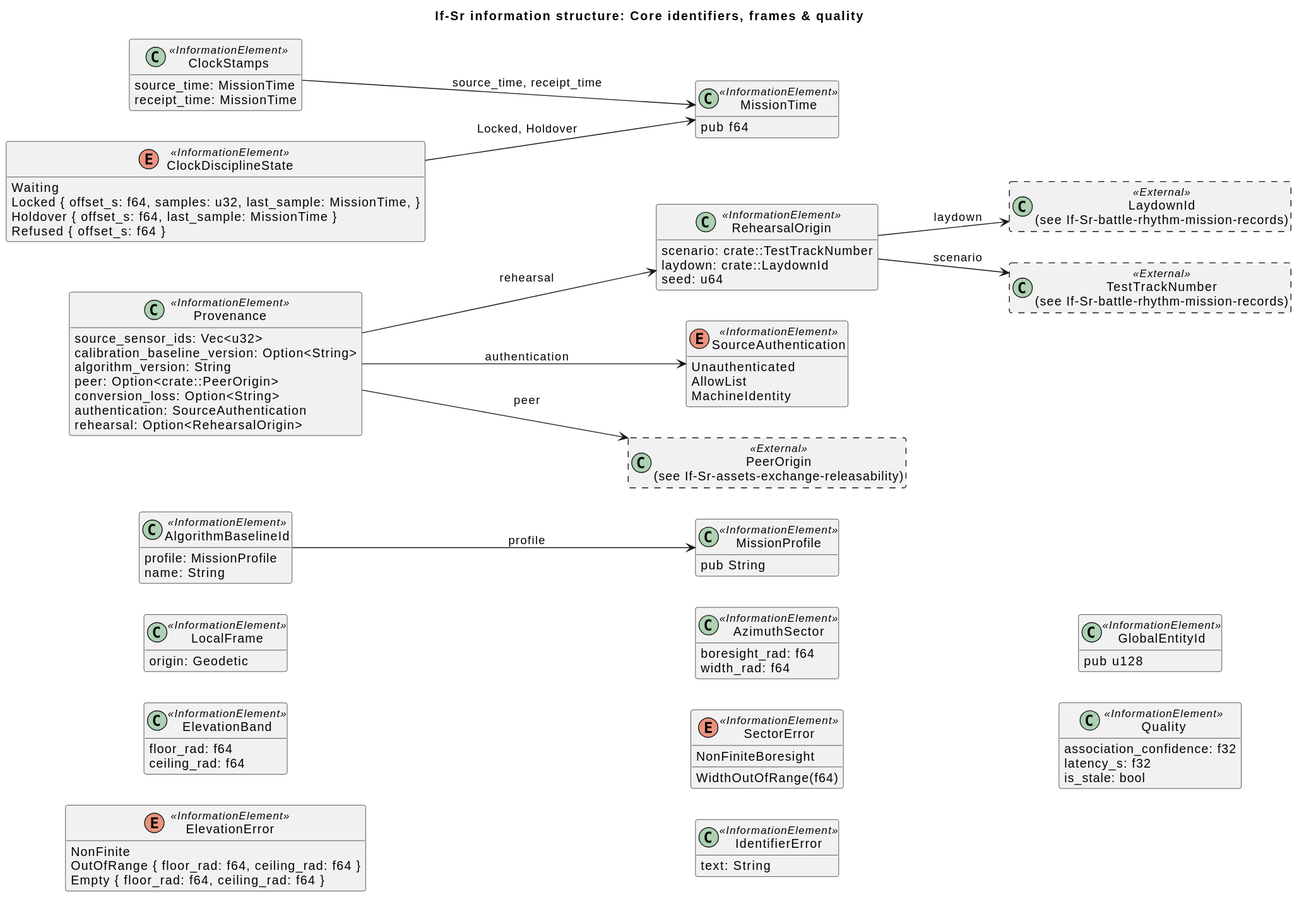
Before: docs/architecture/uaf/rendered/information/If-Sr-core-identifiers-frames-quality.svg, a diagram exported from PlantUML (WayneRoessling/gungnir). Source of this version:
```plantuml
@startuml
title If-Sr information structure: Core identifiers, frames & quality
left to right direction
hide empty members
skinparam classAttributeIconSize 0
class "LocalFrame" as LocalFrame <<InformationElement>> {
  origin: Geodetic
}
class "ElevationBand" as ElevationBand <<InformationElement>> {
  floor_rad: f64
  ceiling_rad: f64
}
enum "ElevationError" as ElevationError <<InformationElement>> {
  NonFinite
  OutOfRange { floor_rad: f64, ceiling_rad: f64 }
  Empty { floor_rad: f64, ceiling_rad: f64 }
}
class "AzimuthSector" as AzimuthSector <<InformationElement>> {
  boresight_rad: f64
  width_rad: f64
}
enum "SectorError" as SectorError <<InformationElement>> {
  NonFiniteBoresight
  WidthOutOfRange(f64)
}
class "IdentifierError" as IdentifierError <<InformationElement>> {
  text: String
}
class "GlobalEntityId" as GlobalEntityId <<InformationElement>> {
  pub u128
}
class "MissionProfile" as MissionProfile <<InformationElement>> {
  pub String
}
class "AlgorithmBaselineId" as AlgorithmBaselineId <<InformationElement>> {
  profile: MissionProfile
  name: String
}
class "Provenance" as Provenance <<InformationElement>> {
  source_sensor_ids: Vec<u32>
  calibration_baseline_version: Option<String>
  algorithm_version: String
  peer: Option<crate::PeerOrigin>
  conversion_loss: Option<String>
  authentication: SourceAuthentication
  rehearsal: Option<RehearsalOrigin>
}
class "RehearsalOrigin" as RehearsalOrigin <<InformationElement>> {
  scenario: crate::TestTrackNumber
  laydown: crate::LaydownId
  seed: u64
}
enum "SourceAuthentication" as SourceAuthentication <<InformationElement>> {
  Unauthenticated
  AllowList
  MachineIdentity
}
class "Quality" as Quality <<InformationElement>> {
  association_confidence: f32
  latency_s: f32
  is_stale: bool
}
class "MissionTime" as MissionTime <<InformationElement>> {
  pub f64
}
class "ClockStamps" as ClockStamps <<InformationElement>> {
  source_time: MissionTime
  receipt_time: MissionTime
}
enum "ClockDisciplineState" as ClockDisciplineState <<InformationElement>> {
  Waiting
  Locked { offset_s: f64, samples: u32, last_sample: MissionTime, }
  Holdover { offset_s: f64, last_sample: MissionTime }
  Refused { offset_s: f64 }
}
class "LaydownId\n(see If-Sr-battle-rhythm-mission-records)" as LaydownId <<External>> #line.dashed {
}
class "PeerOrigin\n(see If-Sr-assets-exchange-releasability)" as PeerOrigin <<External>> #line.dashed {
}
class "TestTrackNumber\n(see If-Sr-battle-rhythm-mission-records)" as TestTrackNumber <<External>> #line.dashed {
}
AlgorithmBaselineId --> MissionProfile : profile
Provenance --> PeerOrigin : peer
Provenance --> RehearsalOrigin : rehearsal
Provenance --> SourceAuthentication : authentication
RehearsalOrigin --> LaydownId : laydown
RehearsalOrigin --> TestTrackNumber : scenario
ClockStamps --> MissionTime : source_time, receipt_time
ClockDisciplineState --> MissionTime : Locked, Holdover
@enduml
```
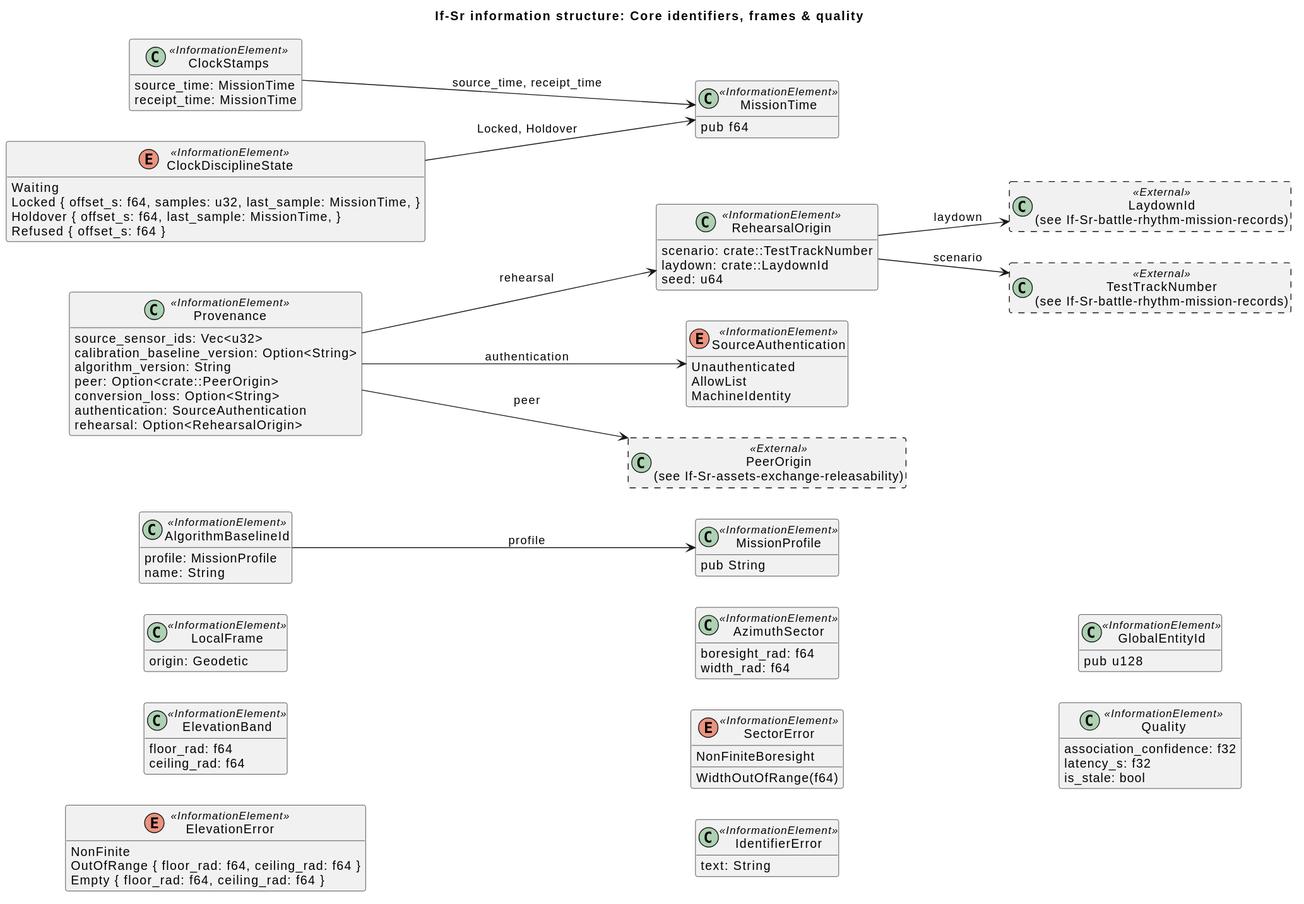
The same diagram one commit later.

Change to the diagram source:
```diff
@@ -70,7 +70,7 @@
 enum "ClockDisciplineState" as ClockDisciplineState <<InformationElement>> {
   Waiting
   Locked { offset_s: f64, samples: u32, last_sample: MissionTime, }
-  Holdover { offset_s: f64, last_sample: MissionTime }
+  Holdover { offset_s: f64, last_sample: MissionTime, }
   Refused { offset_s: f64 }
 }
 class "LaydownId\n(see If-Sr-battle-rhythm-mission-records)" as LaydownId <<External>> #line.dashed {
```
